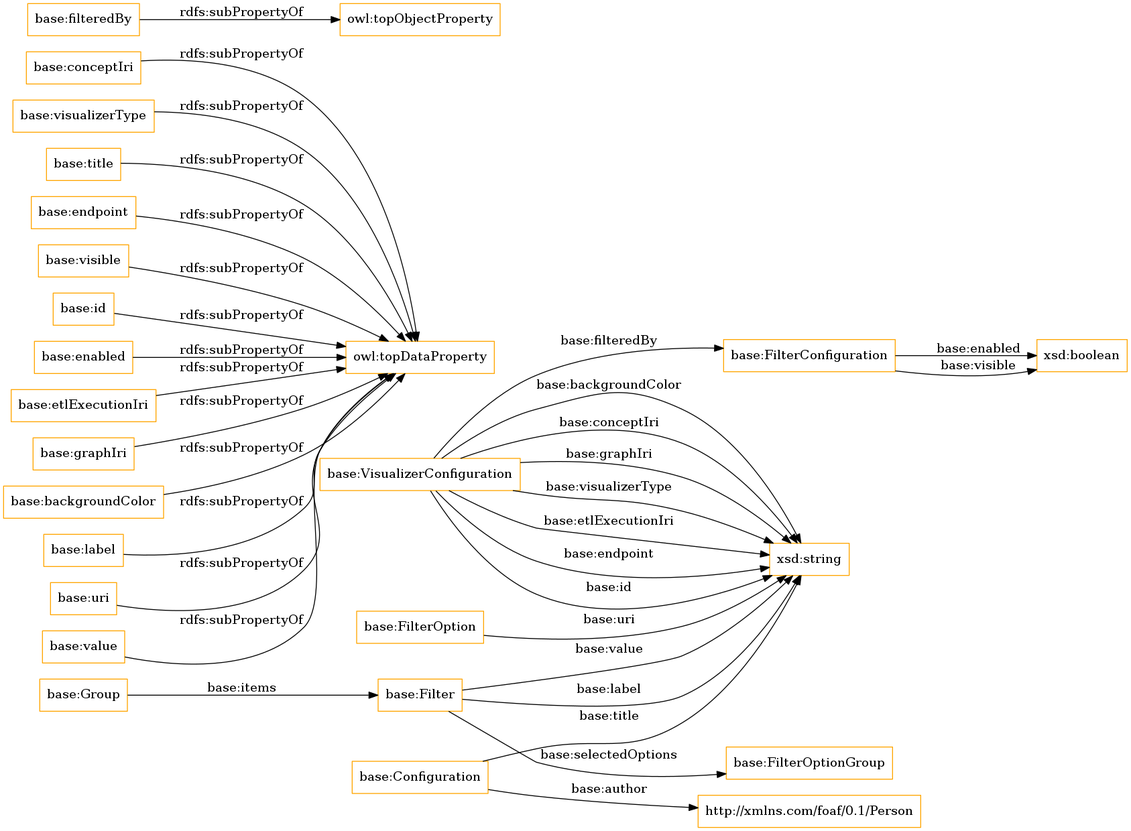
This is OnToology/lpapps.owl/diagrams/ar2dtool-class/lpapps.owl.png from OnToologyUser/linkedpipes_applications_ontology, a Graphviz export, as it was before one commit. Its source is kept beside it as OnToology/lpapps.owl/diagrams/ar2dtool-class/lpapps.owl.png.dot.
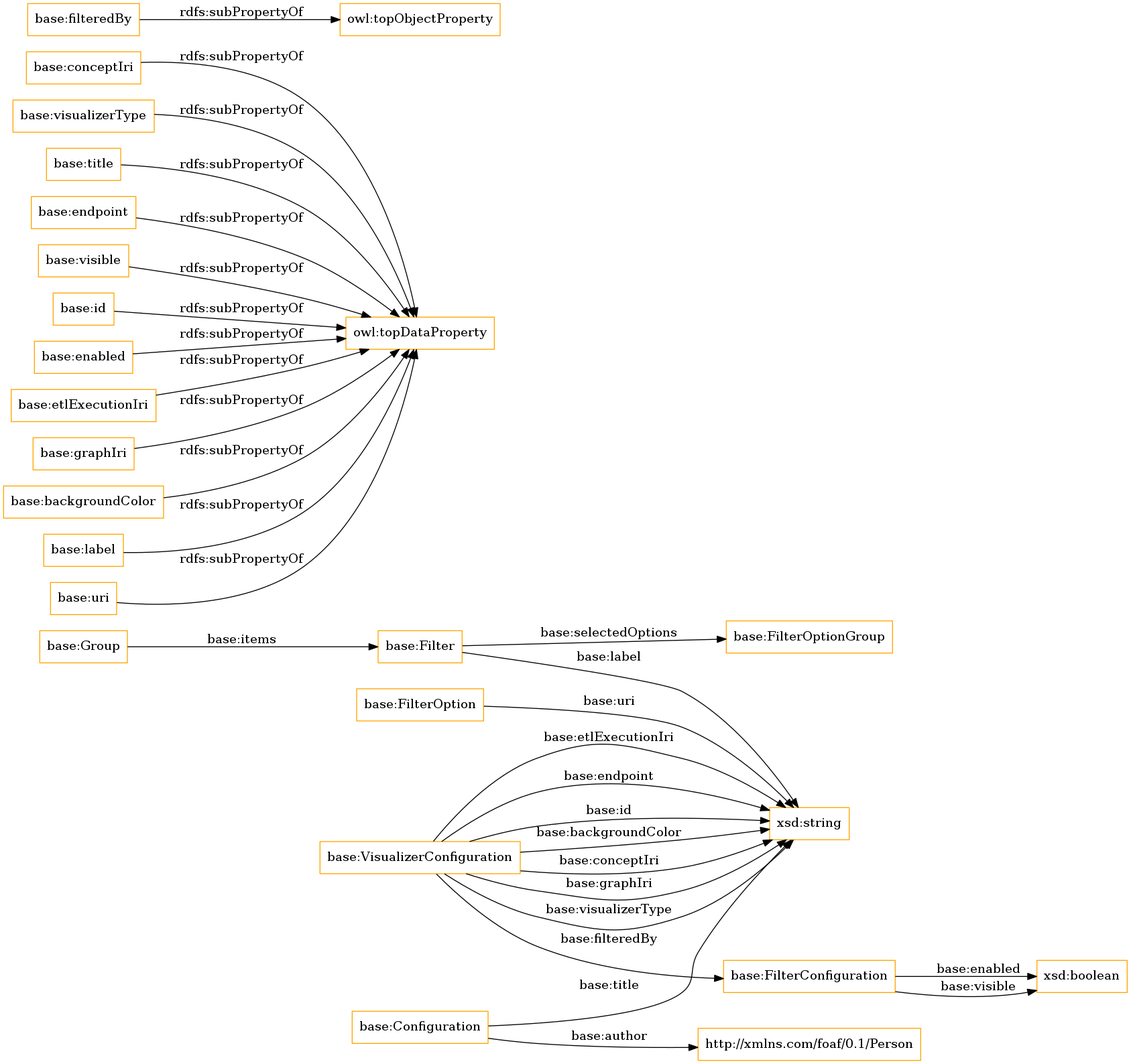
The same file after the commit.

The edit, as a diff of the source:
```diff
@@ -15,12 +15,10 @@
 	"base:backgroundColor" -> "owl:topDataProperty" [ label = "rdfs:subPropertyOf" ];
 	"base:label" -> "owl:topDataProperty" [ label = "rdfs:subPropertyOf" ];
 	"base:uri" -> "owl:topDataProperty" [ label = "rdfs:subPropertyOf" ];
-	"base:value" -> "owl:topDataProperty" [ label = "rdfs:subPropertyOf" ];
 	"base:VisualizerConfiguration" -> "base:FilterConfiguration" [ label = "base:filteredBy" ];
 	"base:FilterOption" -> "xsd:string" [ label = "base:uri" ];
 	"base:Configuration" -> "xsd:string" [ label = "base:title" ];
 	"base:VisualizerConfiguration" -> "xsd:string" [ label = "base:backgroundColor" ];
-	"base:Filter" -> "xsd:string" [ label = "base:value" ];
 	"base:Group" -> "base:Filter" [ label = "base:items" ];
 	"base:VisualizerConfiguration" -> "xsd:string" [ label = "base:conceptIri" ];
 	"base:FilterConfiguration" -> "xsd:boolean" [ label = "base:enabled" ];
```
